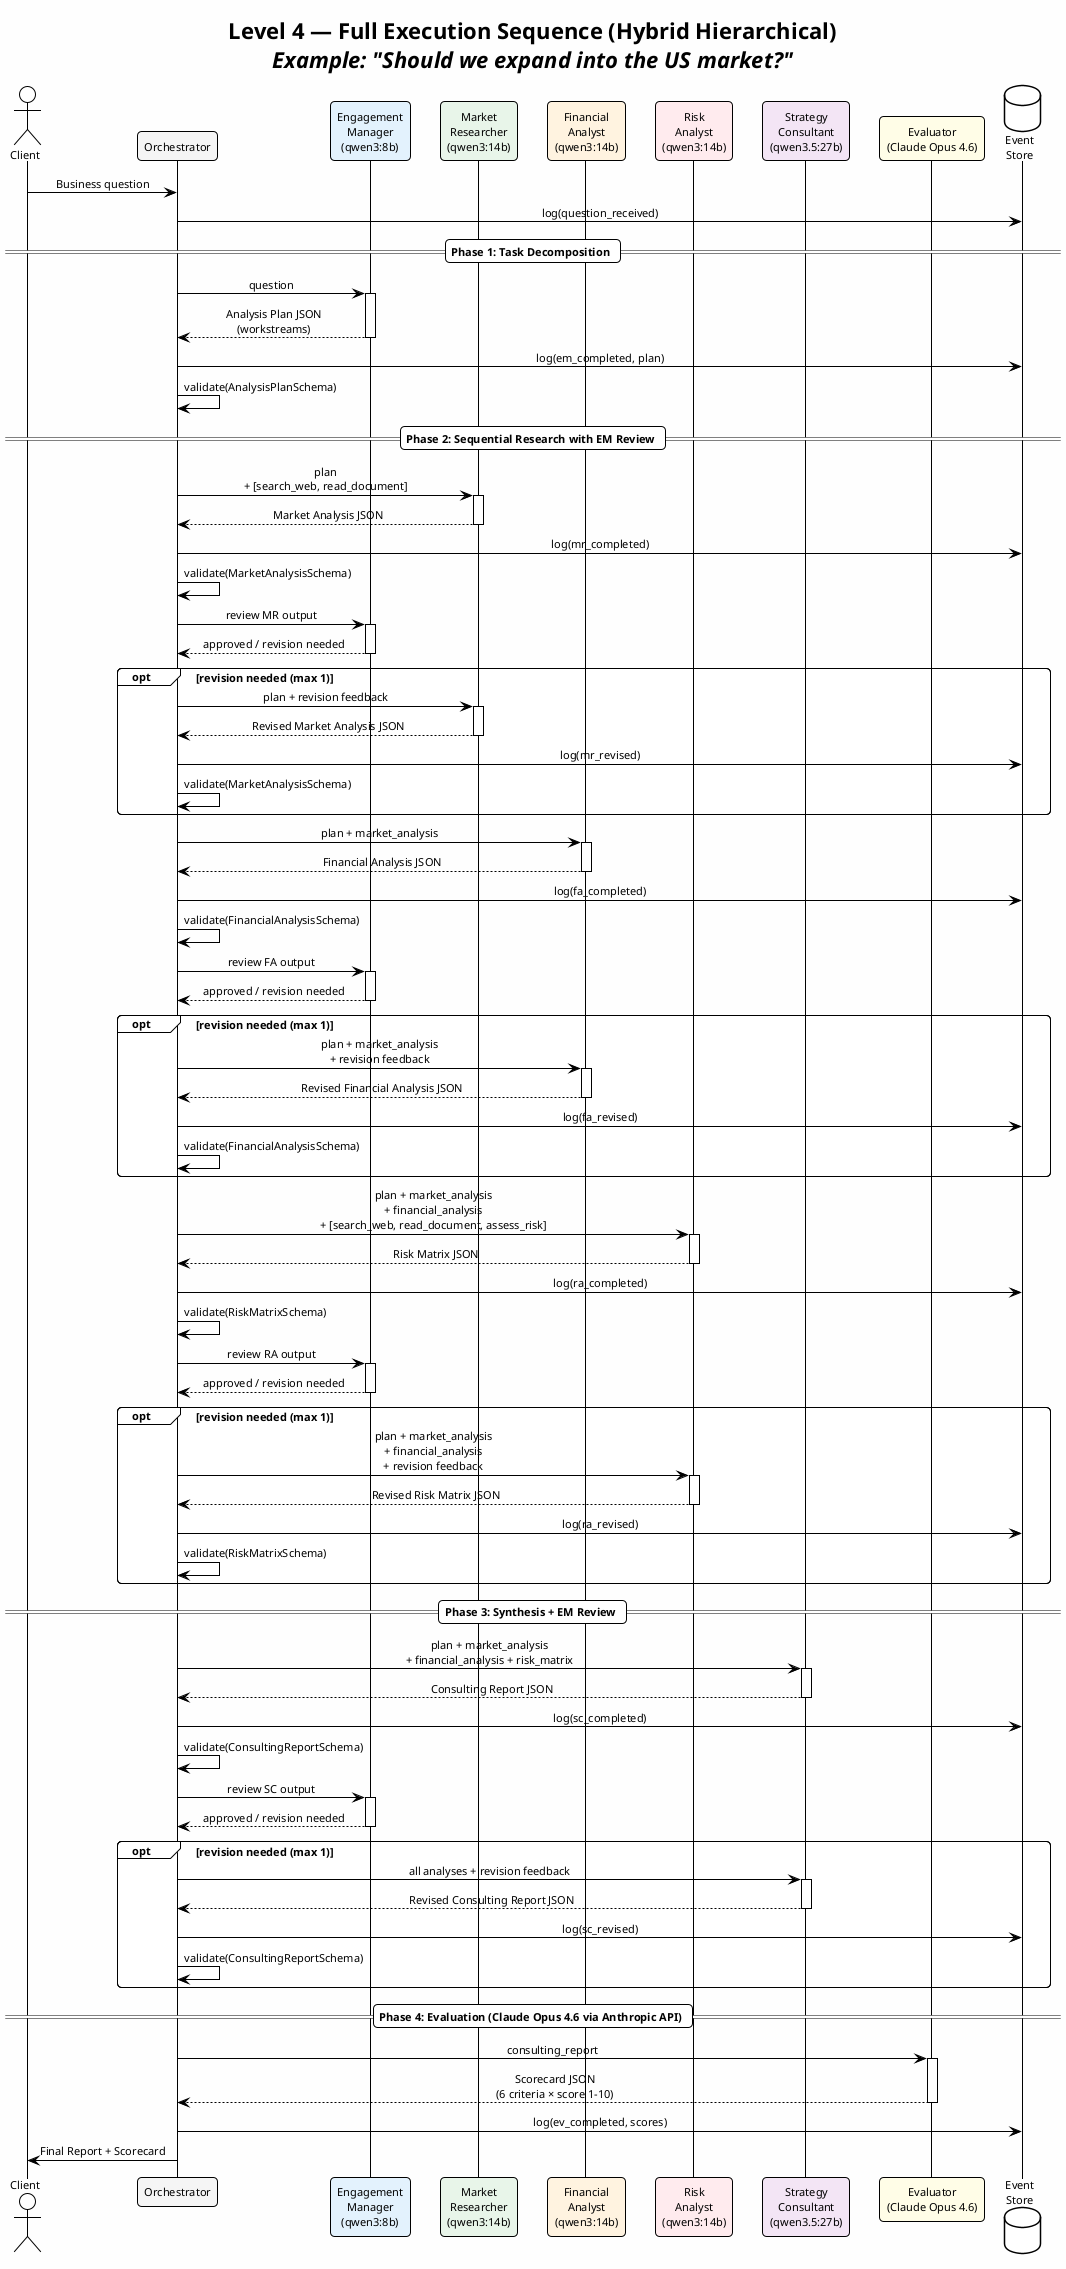
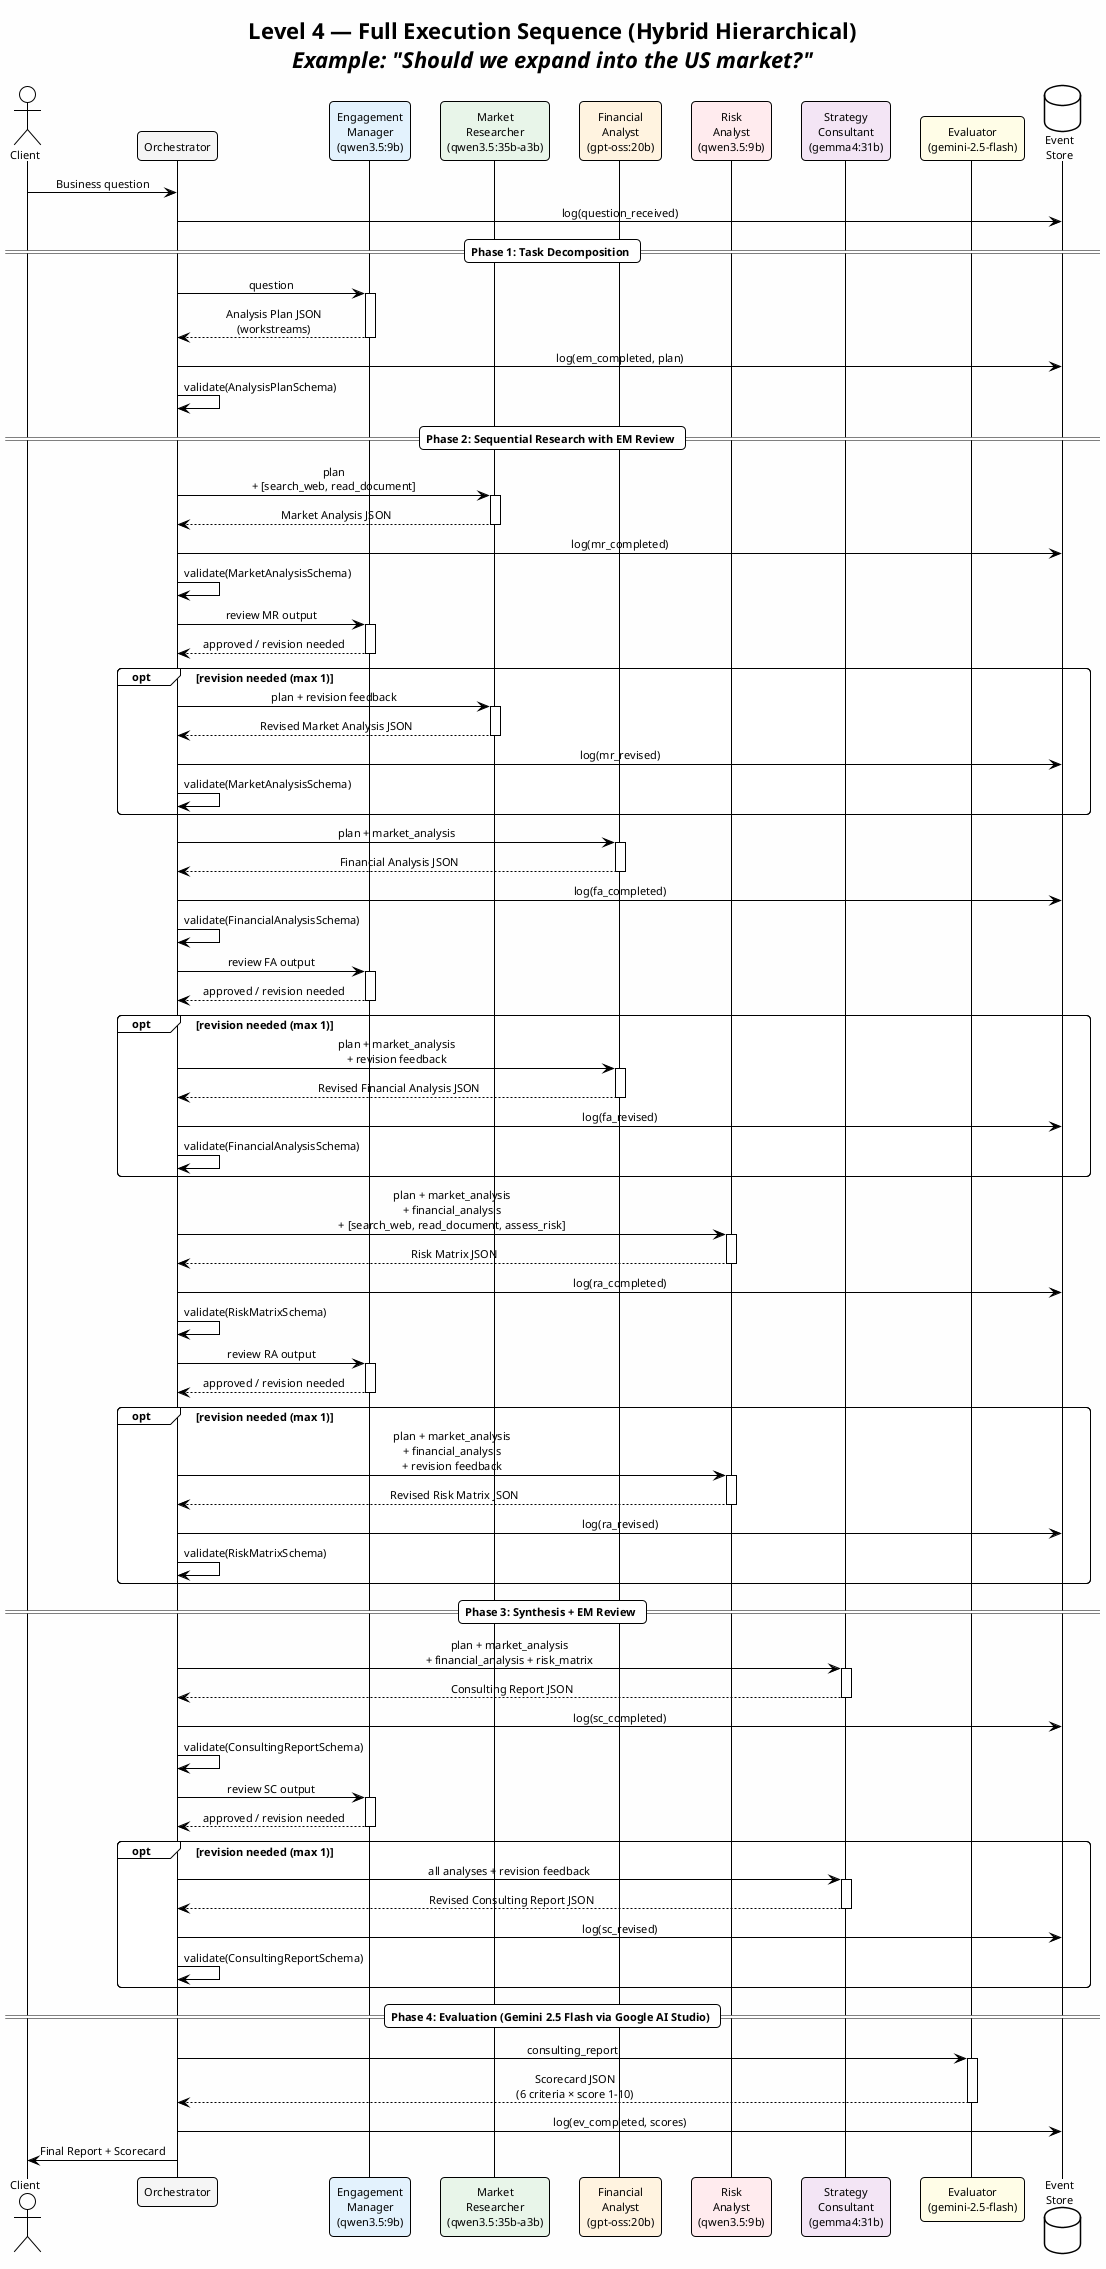
@startuml sequence_level4
!theme plain
skinparam backgroundColor #FEFEFE
skinparam defaultFontName "Segoe UI"
skinparam defaultFontSize 11
skinparam shadowing false
skinparam roundCorner 8
skinparam sequenceMessageAlign center

title **Level 4 — Full Execution Sequence (Hybrid Hierarchical)**\n//Example: "Should we expand into the US market?"//

actor Client as client
participant "Orchestrator" as orch #F5F5F5
- participant "Engagement\nManager\n(qwen3:8b)" as em #E3F2FD
- participant "Market\nResearcher\n(qwen3:14b)" as mr #E8F5E9
- participant "Financial\nAnalyst\n(qwen3:14b)" as fa #FFF3E0
- participant "Risk\nAnalyst\n(qwen3:14b)" as ra #FFEBEE
- participant "Strategy\nConsultant\n(qwen3.5:27b)" as sc #F3E5F5
- participant "Evaluator\n(Claude Opus 4.6)" as ev #FFFDE7
+ participant "Engagement\nManager\n(qwen3.5:9b)" as em #E3F2FD
+ participant "Market\nResearcher\n(qwen3.5:35b-a3b)" as mr #E8F5E9
+ participant "Financial\nAnalyst\n(gpt-oss:20b)" as fa #FFF3E0
+ participant "Risk\nAnalyst\n(qwen3.5:9b)" as ra #FFEBEE
+ participant "Strategy\nConsultant\n(gemma4:31b)" as sc #F3E5F5
+ participant "Evaluator\n(gemini-2.5-flash)" as ev #FFFDE7
database "Event\nStore" as db

client -> orch : Business question
orch -> db : log(question_received)

== Phase 1: Task Decomposition ==

orch -> em : question
activate em
em --> orch : Analysis Plan JSON\n(workstreams)
deactivate em
orch -> db : log(em_completed, plan)
orch -> orch : validate(AnalysisPlanSchema)

== Phase 2: Sequential Research with EM Review ==

orch -> mr : plan\n+ [search_web, read_document]
activate mr
mr --> orch : Market Analysis JSON
deactivate mr
orch -> db : log(mr_completed)
orch -> orch : validate(MarketAnalysisSchema)

orch -> em : review MR output
activate em
em --> orch : approved / revision needed
deactivate em

opt revision needed (max 1)
  orch -> mr : plan + revision feedback
  activate mr
  mr --> orch : Revised Market Analysis JSON
  deactivate mr
  orch -> db : log(mr_revised)
  orch -> orch : validate(MarketAnalysisSchema)
end

orch -> fa : plan + market_analysis
activate fa
fa --> orch : Financial Analysis JSON
deactivate fa
orch -> db : log(fa_completed)
orch -> orch : validate(FinancialAnalysisSchema)

orch -> em : review FA output
activate em
em --> orch : approved / revision needed
deactivate em

opt revision needed (max 1)
  orch -> fa : plan + market_analysis\n+ revision feedback
  activate fa
  fa --> orch : Revised Financial Analysis JSON
  deactivate fa
  orch -> db : log(fa_revised)
  orch -> orch : validate(FinancialAnalysisSchema)
end

orch -> ra : plan + market_analysis\n+ financial_analysis\n+ [search_web, read_document, assess_risk]
activate ra
ra --> orch : Risk Matrix JSON
deactivate ra
orch -> db : log(ra_completed)
orch -> orch : validate(RiskMatrixSchema)

orch -> em : review RA output
activate em
em --> orch : approved / revision needed
deactivate em

opt revision needed (max 1)
  orch -> ra : plan + market_analysis\n+ financial_analysis\n+ revision feedback
  activate ra
  ra --> orch : Revised Risk Matrix JSON
  deactivate ra
  orch -> db : log(ra_revised)
  orch -> orch : validate(RiskMatrixSchema)
end

== Phase 3: Synthesis + EM Review ==

orch -> sc : plan + market_analysis\n+ financial_analysis + risk_matrix
activate sc
sc --> orch : Consulting Report JSON
deactivate sc
orch -> db : log(sc_completed)
orch -> orch : validate(ConsultingReportSchema)

orch -> em : review SC output
activate em
em --> orch : approved / revision needed
deactivate em

opt revision needed (max 1)
  orch -> sc : all analyses + revision feedback
  activate sc
  sc --> orch : Revised Consulting Report JSON
  deactivate sc
  orch -> db : log(sc_revised)
  orch -> orch : validate(ConsultingReportSchema)
end

- == Phase 4: Evaluation (Claude Opus 4.6 via Anthropic API) ==
+ == Phase 4: Evaluation (Gemini 2.5 Flash via Google AI Studio) ==

orch -> ev : consulting_report
activate ev
ev --> orch : Scorecard JSON\n(6 criteria × score 1-10)
deactivate ev
orch -> db : log(ev_completed, scores)

orch -> client : Final Report + Scorecard

@enduml
